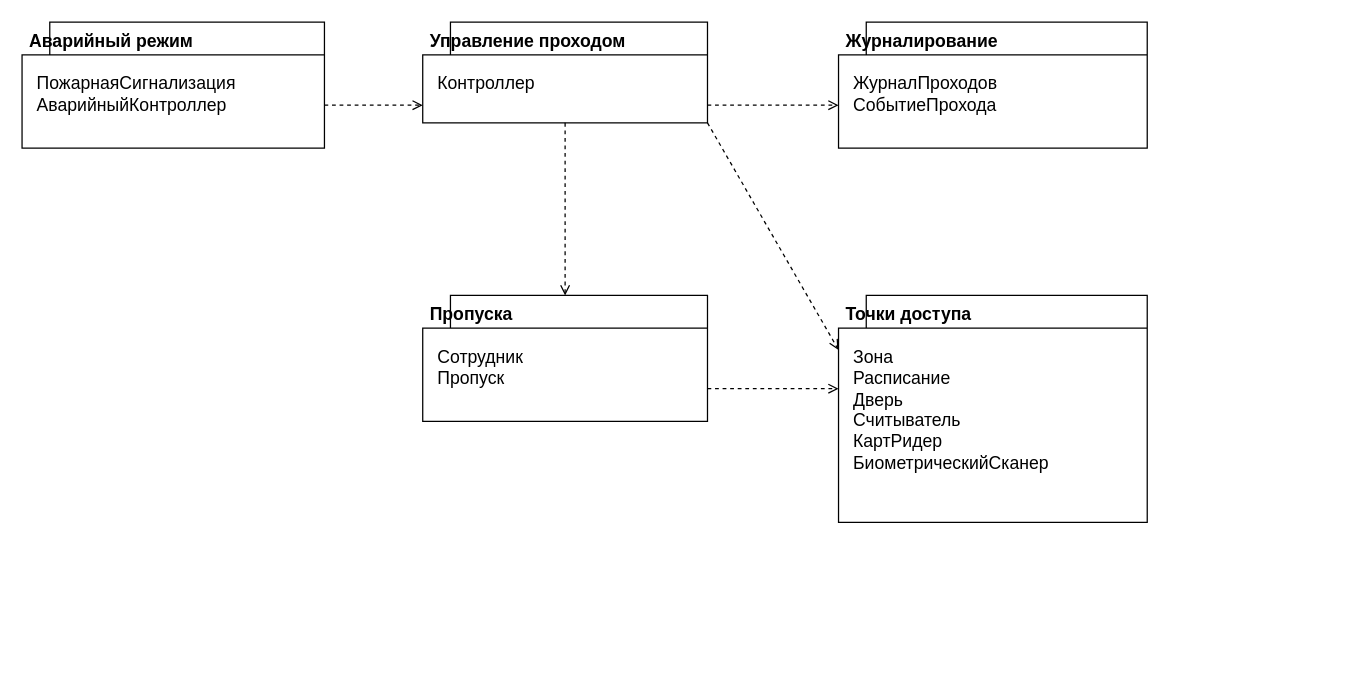
Above: page "ЛР4 — 1. Диаграмма пакетов" (14 of 16) of СКУД.drawio in Rem1yo/ooap-skud-uml (draw.io), before the change. Source tidied: cells renumbered, new cells numbered last; positions are measured from the earlier drawing's top-left corner, leaving out a move shared by most shapes. Both pictures are drawn from the tidied source at 126%, with x=0, y=0 at pixel (21, 21).
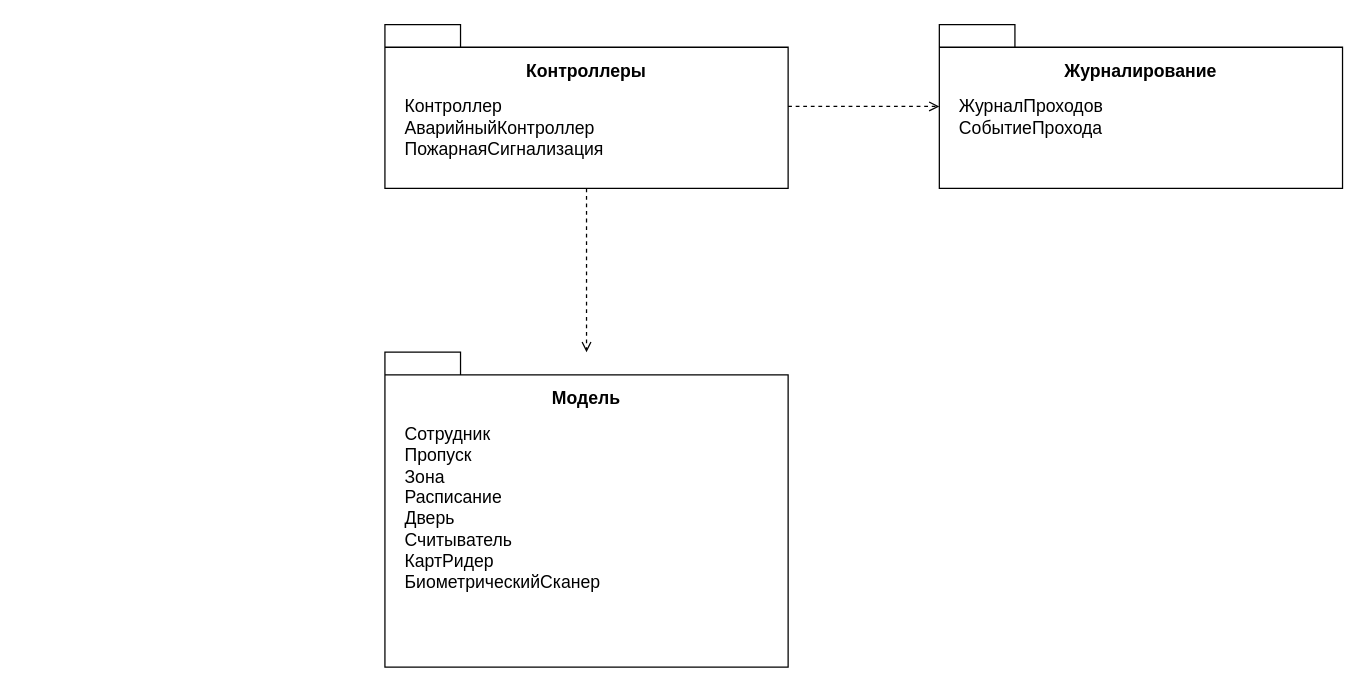
The same diagram, later.

Diff of the diagram source:
```diff
@@
-    <mxCell id="2" style="html=1;whiteSpace=wrap;fillColor=#ffffff;strokeColor=#000000;fontColor=#000000;shape=folder;tabWidth=218;tabHeight=26;" parent="1" vertex="1">
-      <mxGeometry width="240" height="100" as="geometry" />
-    </mxCell>
-    <mxCell id="3" value="Аварийный режим" style="text;html=1;whiteSpace=wrap;strokeColor=none;fillColor=none;fontColor=#000000;fontStyle=1;fontSize=14;" parent="2" vertex="1">
-      <mxGeometry x="4" width="210" height="26" as="geometry" />
-    </mxCell>
-    <mxCell id="4" value="ПожарнаяСигнализация&lt;br&gt;АварийныйКонтроллер" style="text;html=1;whiteSpace=wrap;strokeColor=none;fillColor=none;fontColor=#000000;fontSize=14;" parent="2" vertex="1">
-      <mxGeometry x="10" y="34" width="220" height="40" as="geometry" />
-    </mxCell>
-    <mxCell id="5" style="html=1;whiteSpace=wrap;fillColor=#ffffff;strokeColor=#000000;fontColor=#000000;shape=folder;tabWidth=204;tabHeight=26;" parent="1" vertex="1">
-      <mxGeometry x="318" width="226" height="80" as="geometry" />
-    </mxCell>
-    <mxCell id="6" value="Управление проходом" style="text;html=1;whiteSpace=wrap;strokeColor=none;fillColor=none;fontColor=#000000;fontStyle=1;fontSize=14;" parent="5" vertex="1">
-      <mxGeometry x="4" width="196" height="26" as="geometry" />
-    </mxCell>
-    <mxCell id="7" value="Контроллер" style="text;html=1;whiteSpace=wrap;strokeColor=none;fillColor=none;fontColor=#000000;fontSize=14;" parent="5" vertex="1">
-      <mxGeometry x="10" y="34" width="206" height="20" as="geometry" />
-    </mxCell>
-    <mxCell id="8" style="html=1;whiteSpace=wrap;fillColor=#ffffff;strokeColor=#000000;fontColor=#000000;shape=folder;tabWidth=223;tabHeight=26;" parent="1" vertex="1">
-      <mxGeometry x="648" width="245" height="100" as="geometry" />
-    </mxCell>
+    <mxCell id="22" value="Контроллеры" style="shape=folder;fontStyle=1;spacingTop=22;tabWidth=60;tabHeight=18;tabPosition=left;html=1;whiteSpace=wrap;verticalAlign=top;fillColor=#ffffff;strokeColor=#000000;fontColor=#000000;fontSize=14;" parent="1" vertex="1">
+      <mxGeometry x="288" y="2" width="320" height="130" as="geometry" />
+    </mxCell>
+    <mxCell id="23" value="Контроллер&lt;br&gt;АварийныйКонтроллер&lt;br&gt;ПожарнаяСигнализация" style="text;html=1;whiteSpace=wrap;strokeColor=none;fillColor=none;fontColor=#000000;fontSize=14;align=left;verticalAlign=top;" parent="22" vertex="1">
+      <mxGeometry x="14" y="50" width="292" height="70" as="geometry" />
+    </mxCell>
-    <mxCell id="9" value="Журналирование" style="text;html=1;whiteSpace=wrap;strokeColor=none;fillColor=none;fontColor=#000000;fontStyle=1;fontSize=14;" parent="8" vertex="1">
-      <mxGeometry x="4" width="215" height="26" as="geometry" />
+    <mxCell id="9" value="Журналирование" style="shape=folder;fontStyle=1;spacingTop=22;tabWidth=60;tabHeight=18;tabPosition=left;html=1;whiteSpace=wrap;verticalAlign=top;fillColor=#ffffff;strokeColor=#000000;fontColor=#000000;fontSize=14;" parent="1" vertex="1">
+      <mxGeometry x="728" y="2" width="320" height="130" as="geometry" />
     </mxCell>
-    <mxCell id="10" value="ЖурналПроходов&lt;br&gt;СобытиеПрохода" style="text;html=1;whiteSpace=wrap;strokeColor=none;fillColor=none;fontColor=#000000;fontSize=14;" parent="8" vertex="1">
-      <mxGeometry x="10" y="34" width="225" height="40" as="geometry" />
+    <mxCell id="10" value="ЖурналПроходов&lt;br&gt;СобытиеПрохода" style="text;html=1;whiteSpace=wrap;strokeColor=none;fillColor=none;fontColor=#000000;fontSize=14;align=left;verticalAlign=top;" parent="9" vertex="1">
+      <mxGeometry x="14" y="50" width="292" height="70" as="geometry" />
     </mxCell>
-    <mxCell id="11" style="html=1;whiteSpace=wrap;fillColor=#ffffff;strokeColor=#000000;fontColor=#000000;shape=folder;tabWidth=204;tabHeight=26;" parent="1" vertex="1">
-      <mxGeometry x="318" y="217" width="226" height="100" as="geometry" />
-    </mxCell>
-    <mxCell id="12" value="Пропуска" style="text;html=1;whiteSpace=wrap;strokeColor=none;fillColor=none;fontColor=#000000;fontStyle=1;fontSize=14;" parent="11" vertex="1">
-      <mxGeometry x="4" width="196" height="26" as="geometry" />
-    </mxCell>
-    <mxCell id="13" value="Сотрудник&lt;br&gt;Пропуск" style="text;html=1;whiteSpace=wrap;strokeColor=none;fillColor=none;fontColor=#000000;fontSize=14;" parent="11" vertex="1">
-      <mxGeometry x="10" y="34" width="206" height="40" as="geometry" />
-    </mxCell>
-    <mxCell id="14" style="html=1;whiteSpace=wrap;fillColor=#ffffff;strokeColor=#000000;fontColor=#000000;shape=folder;tabWidth=223;tabHeight=26;" parent="1" vertex="1">
-      <mxGeometry x="648" y="217" width="245" height="180" as="geometry" />
-    </mxCell>
-    <mxCell id="15" value="Точки доступа" style="text;html=1;whiteSpace=wrap;strokeColor=none;fillColor=none;fontColor=#000000;fontStyle=1;fontSize=14;" parent="14" vertex="1">
-      <mxGeometry x="4" width="215" height="26" as="geometry" />
-    </mxCell>
-    <mxCell id="16" value="Зона&lt;br&gt;Расписание&lt;br&gt;Дверь&lt;br&gt;Считыватель&lt;br&gt;КартРидер&lt;br&gt;БиометрическийСканер" style="text;html=1;whiteSpace=wrap;strokeColor=none;fillColor=none;fontColor=#000000;fontSize=14;" parent="14" vertex="1">
-      <mxGeometry x="10" y="34" width="225" height="120" as="geometry" />
-    </mxCell>
-    <mxCell id="17" style="html=1;dashed=1;endArrow=open;endFill=0;strokeColor=#000000;exitX=1;exitY=0.66;entryX=0;entryY=0.825;" parent="1" edge="1" source="2" target="5">
-      <mxGeometry relative="1" as="geometry" />
-    </mxCell>
-    <mxCell id="18" style="html=1;dashed=1;endArrow=open;endFill=0;strokeColor=#000000;exitX=1;exitY=0.825;entryX=0;entryY=0.66;" parent="1" edge="1" source="5" target="8">
-      <mxGeometry relative="1" as="geometry" />
-    </mxCell>
-    <mxCell id="19" style="html=1;dashed=1;endArrow=open;endFill=0;strokeColor=#000000;exitX=0.5;exitY=1;entryX=0.5;entryY=0;" parent="1" edge="1" source="5" target="11">
-      <mxGeometry relative="1" as="geometry" />
-    </mxCell>
-    <mxCell id="20" style="html=1;dashed=1;endArrow=open;endFill=0;strokeColor=#000000;exitX=1;exitY=1;entryX=0;entryY=0.24;" parent="1" edge="1" source="5" target="14">
-      <mxGeometry relative="1" as="geometry" />
-    </mxCell>
-    <mxCell id="21" style="html=1;dashed=1;endArrow=open;endFill=0;strokeColor=#000000;exitX=1;exitY=0.74;entryX=0;entryY=0.4111;" parent="1" edge="1" source="11" target="14">
-      <mxGeometry relative="1" as="geometry" />
-    </mxCell>
+    <mxCell id="24" value="Модель" style="shape=folder;fontStyle=1;spacingTop=22;tabWidth=60;tabHeight=18;tabPosition=left;html=1;whiteSpace=wrap;verticalAlign=top;fillColor=#ffffff;strokeColor=#000000;fontColor=#000000;fontSize=14;" parent="1" vertex="1">
+      <mxGeometry x="288" y="262" width="320" height="250" as="geometry" />
+    </mxCell>
+    <mxCell id="25" value="Сотрудник&lt;br&gt;Пропуск&lt;br&gt;Зона&lt;br&gt;Расписание&lt;br&gt;Дверь&lt;br&gt;Считыватель&lt;br&gt;КартРидер&lt;br&gt;БиометрическийСканер" style="text;html=1;whiteSpace=wrap;strokeColor=none;fillColor=none;fontColor=#000000;fontSize=14;align=left;verticalAlign=top;" parent="24" vertex="1">
+      <mxGeometry x="14" y="50" width="292" height="190" as="geometry" />
+    </mxCell>
+    <mxCell id="26" style="html=1;dashed=1;endArrow=open;endFill=0;strokeColor=#000000;exitX=1;exitY=0.5;entryX=0;entryY=0.5;" parent="1" edge="1" source="22" target="9">
+      <mxGeometry relative="1" as="geometry" />
+    </mxCell>
+    <mxCell id="27" style="html=1;dashed=1;endArrow=open;endFill=0;strokeColor=#000000;exitX=0.5;exitY=1;entryX=0.5;entryY=0;" parent="1" edge="1" source="22" target="24">
+      <mxGeometry relative="1" as="geometry" />
+    </mxCell>
```
